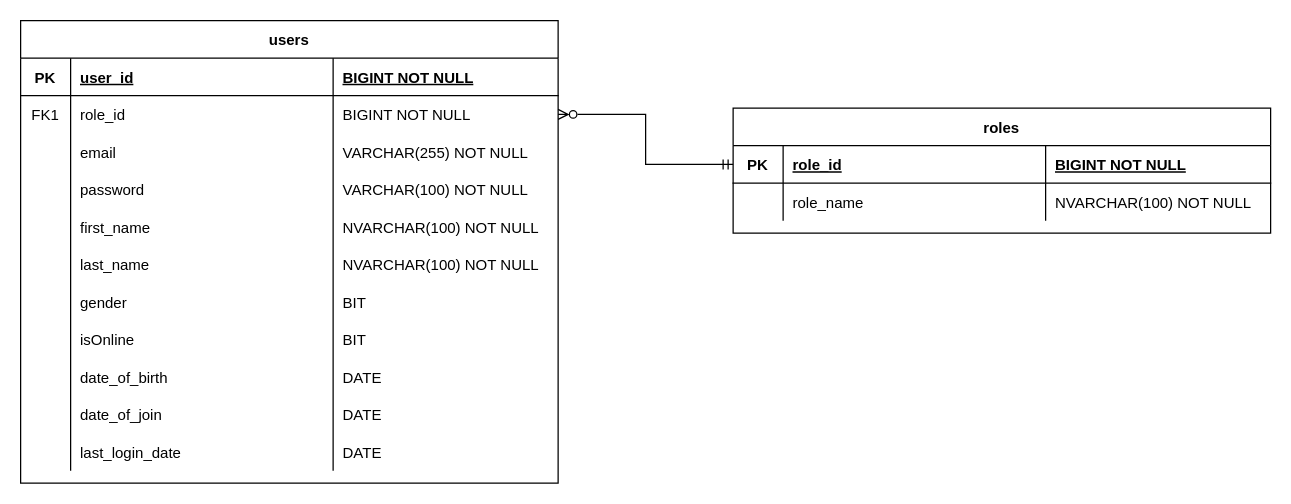
The draw.io diagram database_diagram.drawio in Mtoan12/advanced-web, before the edit. Source tidied: cells renumbered, new cells numbered last; positions are measured from the earlier drawing's top-left corner, leaving out a move shared by most shapes. Both pictures are drawn from the tidied source at 125%, with x=0, y=0 at pixel (20, 20).
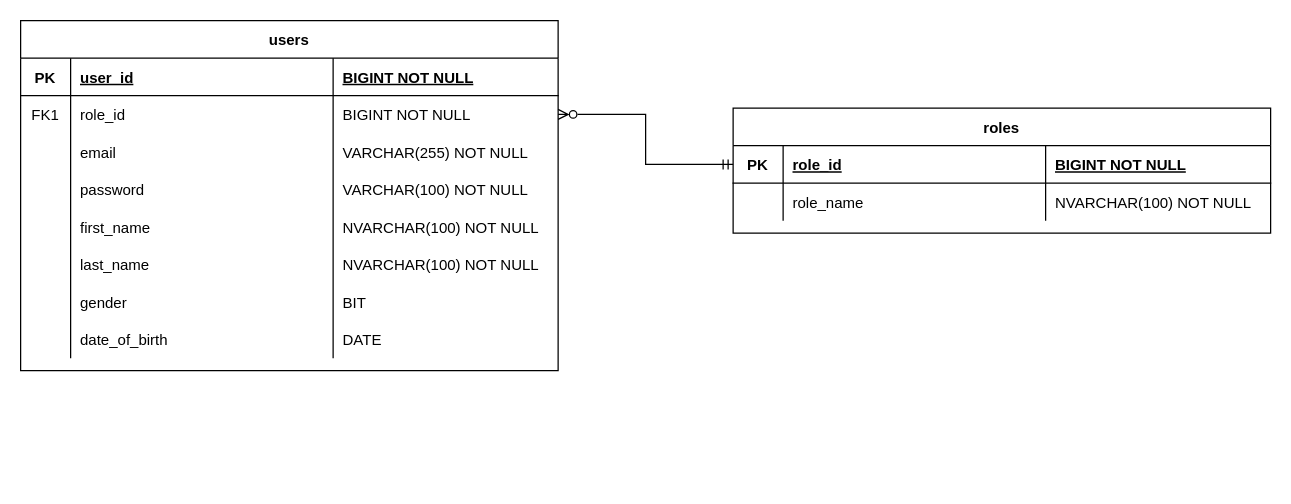
The same page after the edit.

What changed in the source:
```diff
@@
     <mxCell id="2" value="users" style="shape=table;startSize=30;childLayout=tableLayout;rowLines=0;fontStyle=1;align=center;" parent="1" vertex="1">
-      <mxGeometry width="430" height="370" as="geometry" />
+      <mxGeometry width="430" height="280" as="geometry" />
     </mxCell>
@@
-    <mxCell id="31" style="shape=partialRectangle;fillColor=none;top=0;left=0;right=0;bottom=0;" parent="2" vertex="1">
-      <mxGeometry y="240" width="430" height="30" as="geometry" />
-    </mxCell>
-    <mxCell id="32" style="shape=partialRectangle;overflow=hidden;fillColor=none;top=0;left=0;bottom=0;right=0;" parent="31" vertex="1">
-      <mxGeometry width="40" height="30" as="geometry" />
-    </mxCell>
-    <mxCell id="33" value="isOnline" style="shape=partialRectangle;overflow=hidden;fillColor=none;top=0;left=0;bottom=0;right=0;align=left;spacingLeft=6;" parent="31" vertex="1">
-      <mxGeometry x="40" width="210" height="30" as="geometry" />
-    </mxCell>
-    <mxCell id="34" value="BIT" style="shape=partialRectangle;overflow=hidden;fillColor=none;top=0;left=0;bottom=0;right=0;align=left;spacingLeft=6;" parent="31" vertex="1">
-      <mxGeometry x="250" width="180" height="30" as="geometry" />
-    </mxCell>
     <mxCell id="35" style="shape=partialRectangle;fillColor=none;top=0;left=0;right=0;bottom=0;" parent="2" vertex="1">
-      <mxGeometry y="270" width="430" height="30" as="geometry" />
+      <mxGeometry y="240" width="430" height="30" as="geometry" />
     </mxCell>
@@
-    <mxCell id="39" style="shape=partialRectangle;fillColor=none;top=0;left=0;right=0;bottom=0;" parent="2" vertex="1">
-      <mxGeometry y="300" width="430" height="30" as="geometry" />
-    </mxCell>
-    <mxCell id="40" style="shape=partialRectangle;overflow=hidden;fillColor=none;top=0;left=0;bottom=0;right=0;" parent="39" vertex="1">
-      <mxGeometry width="40" height="30" as="geometry" />
-    </mxCell>
-    <mxCell id="41" value="date_of_join" style="shape=partialRectangle;overflow=hidden;fillColor=none;top=0;left=0;bottom=0;right=0;align=left;spacingLeft=6;" parent="39" vertex="1">
-      <mxGeometry x="40" width="210" height="30" as="geometry" />
-    </mxCell>
-    <mxCell id="42" value="DATE" style="shape=partialRectangle;overflow=hidden;fillColor=none;top=0;left=0;bottom=0;right=0;align=left;spacingLeft=6;" parent="39" vertex="1">
-      <mxGeometry x="250" width="180" height="30" as="geometry" />
-    </mxCell>
-    <mxCell id="43" style="shape=partialRectangle;fillColor=none;top=0;left=0;right=0;bottom=0;" parent="2" vertex="1">
-      <mxGeometry y="330" width="430" height="30" as="geometry" />
-    </mxCell>
-    <mxCell id="44" style="shape=partialRectangle;overflow=hidden;fillColor=none;top=0;left=0;bottom=0;right=0;" parent="43" vertex="1">
-      <mxGeometry width="40" height="30" as="geometry" />
-    </mxCell>
-    <mxCell id="45" value="last_login_date" style="shape=partialRectangle;overflow=hidden;fillColor=none;top=0;left=0;bottom=0;right=0;align=left;spacingLeft=6;" parent="43" vertex="1">
-      <mxGeometry x="40" width="210" height="30" as="geometry" />
-    </mxCell>
-    <mxCell id="46" value="DATE" style="shape=partialRectangle;overflow=hidden;fillColor=none;top=0;left=0;bottom=0;right=0;align=left;spacingLeft=6;" parent="43" vertex="1">
-      <mxGeometry x="250" width="180" height="30" as="geometry" />
-    </mxCell>
```
